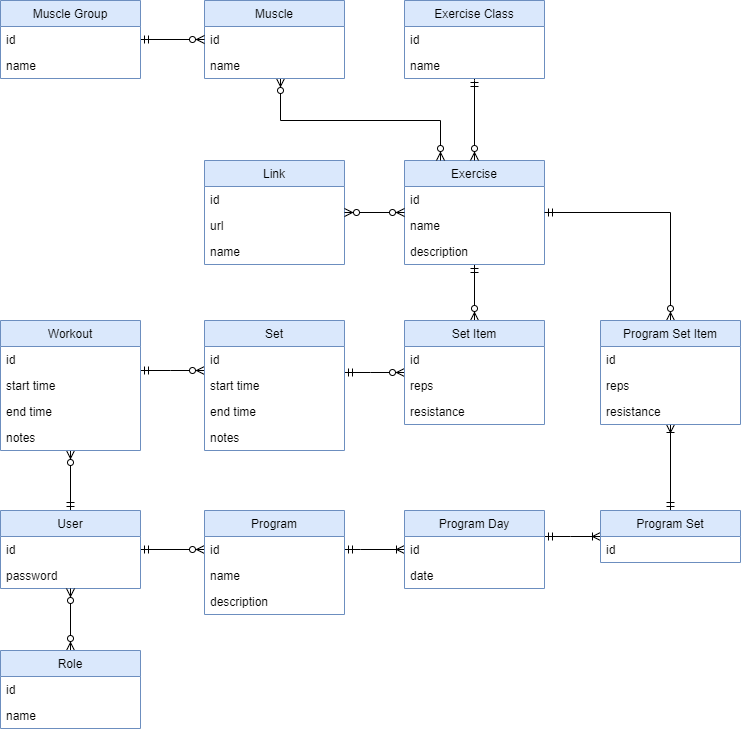
Before: documentation/entities.png, a diagram exported from draw.io (toivjon/max-pondus). Source tidied: cells renumbered, new cells last; positions are measured from the earlier drawing's top-left corner, leaving out a move shared by most shapes.
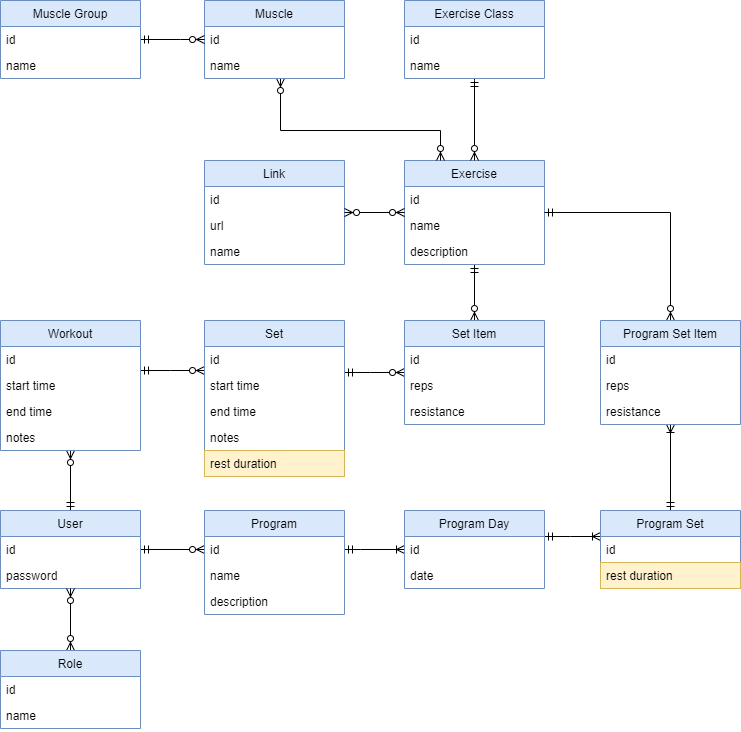
After the change.

Commit message:
Added temporary entity diagram placeholders for rest durations.

What changed in the source:
```diff
@@ -71,8 +71,8 @@
     <mxCell id="21" style="edgeStyle=orthogonalEdgeStyle;rounded=0;jettySize=auto;html=1;startArrow=ERzeroToMany;startFill=1;endArrow=ERzeroToMany;endFill=1;" parent="1" edge="1" source="22" target="12">
       <mxGeometry relative="1" as="geometry">
         <Array as="points">
-          <mxPoint x="280" y="120" />
-          <mxPoint x="440" y="120" />
+          <mxPoint x="280" y="130" />
+          <mxPoint x="440" y="130" />
         </Array>
       </mxGeometry>
     </mxCell>
@@ -134,7 +134,7 @@
       </mxGeometry>
     </mxCell>
     <mxCell id="36" value="Set" style="swimlane;fontStyle=0;horizontal=1;startSize=26;fillColor=#dae8fc;strokeColor=#6c8ebf;" parent="1" vertex="1">
-      <mxGeometry x="204" y="320" width="140" height="130" as="geometry" />
+      <mxGeometry x="204" y="320" width="140" height="156" as="geometry" />
     </mxCell>
     <mxCell id="37" value="id" style="text;strokeColor=none;fillColor=none;align=left;verticalAlign=top;spacingLeft=4;spacingRight=4;overflow=hidden;" parent="36" vertex="1">
       <mxGeometry y="26" width="140" height="26" as="geometry" />
@@ -148,6 +148,9 @@
     <mxCell id="40" value="notes" style="text;strokeColor=none;fillColor=none;align=left;verticalAlign=top;spacingLeft=4;spacingRight=4;overflow=hidden;" parent="36" vertex="1">
       <mxGeometry y="104" width="140" height="26" as="geometry" />
     </mxCell>
+    <mxCell id="66" value="rest duration" style="text;strokeColor=#d6b656;fillColor=#fff2cc;align=left;verticalAlign=top;spacingLeft=4;spacingRight=4;overflow=hidden;" parent="36" vertex="1">
+      <mxGeometry y="130" width="140" height="26" as="geometry" />
+    </mxCell>
     <mxCell id="41" value="Set Item" style="swimlane;fontStyle=0;horizontal=1;startSize=26;fillColor=#dae8fc;strokeColor=#6c8ebf;" parent="1" vertex="1">
       <mxGeometry x="404" y="320" width="140" height="104" as="geometry" />
     </mxCell>
@@ -161,7 +164,12 @@
       <mxGeometry y="78" width="140" height="26" as="geometry" />
     </mxCell>
     <mxCell id="45" style="edgeStyle=orthogonalEdgeStyle;rounded=0;jettySize=auto;html=1;startArrow=ERmandOne;startFill=0;endArrow=ERzeroToMany;endFill=1;" parent="1" edge="1" source="46" target="22">
-      <mxGeometry relative="1" as="geometry" />
+      <mxGeometry relative="1" as="geometry">
+        <Array as="points">
+          <mxPoint x="180" y="39" />
+          <mxPoint x="180" y="39" />
+        </Array>
+      </mxGeometry>
     </mxCell>
     <mxCell id="46" value="Muscle Group" style="swimlane;fontStyle=0;horizontal=1;startSize=26;fillColor=#dae8fc;strokeColor=#6c8ebf;" parent="1" vertex="1">
       <mxGeometry width="140" height="78" as="geometry" />
@@ -213,11 +221,14 @@
       <mxGeometry relative="1" as="geometry" />
     </mxCell>
     <mxCell id="59" value="Program Set" style="swimlane;fontStyle=0;horizontal=1;startSize=26;fillColor=#dae8fc;strokeColor=#6c8ebf;" parent="1" vertex="1">
-      <mxGeometry x="600" y="510" width="140" height="52" as="geometry" />
+      <mxGeometry x="600" y="510" width="140" height="78" as="geometry" />
     </mxCell>
     <mxCell id="60" value="id" style="text;strokeColor=none;fillColor=none;align=left;verticalAlign=top;spacingLeft=4;spacingRight=4;overflow=hidden;" parent="59" vertex="1">
       <mxGeometry y="26" width="140" height="26" as="geometry" />
     </mxCell>
+    <mxCell id="67" value="rest duration" style="text;strokeColor=#d6b656;fillColor=#fff2cc;align=left;verticalAlign=top;spacingLeft=4;spacingRight=4;overflow=hidden;" parent="59" vertex="1">
+      <mxGeometry y="52" width="140" height="26" as="geometry" />
+    </mxCell>
     <mxCell id="61" style="edgeStyle=orthogonalEdgeStyle;rounded=0;jettySize=auto;html=1;startArrow=ERzeroToMany;startFill=1;endArrow=ERmandOne;endFill=0;" parent="1" edge="1" source="62" target="12">
       <mxGeometry relative="1" as="geometry">
         <Array as="points">
```
